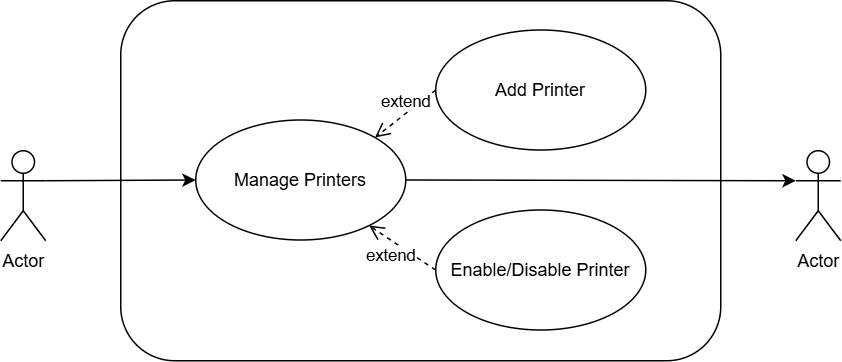
Before: Latex/Images/Usecases/Printer_Management_usecase.png, a diagram exported from draw.io (TitaniumBull224/se-ssps). Source tidied: cells renumbered, new cells last; positions are measured from the earlier drawing's top-left corner, leaving out a move shared by most shapes. Its diagram source:
```xml
<mxGraphModel>
  <root>
    <mxCell id="0" />
    <mxCell id="1" parent="0" />
    <mxCell id="2" style="edgeStyle=none;html=1;exitX=1;exitY=0.3333333333333333;exitDx=0;exitDy=0;exitPerimeter=0;entryX=0;entryY=0.5;entryDx=0;entryDy=0;" parent="1" edge="1" source="3" target="8">
      <mxGeometry relative="1" as="geometry" />
    </mxCell>
    <mxCell id="3" value="Actor" style="shape=umlActor;verticalLabelPosition=bottom;verticalAlign=top;html=1;outlineConnect=0;fillColor=none;" parent="1" vertex="1">
      <mxGeometry y="100" width="30" height="60" as="geometry" />
    </mxCell>
    <mxCell id="4" value="Actor" style="shape=umlActor;verticalLabelPosition=bottom;verticalAlign=top;html=1;outlineConnect=0;fillColor=none;" parent="1" vertex="1">
      <mxGeometry x="530" y="100" width="30" height="60" as="geometry" />
    </mxCell>
    <mxCell id="5" value="Add Printer" style="ellipse;whiteSpace=wrap;html=1;" parent="1" vertex="1">
      <mxGeometry x="290" y="19.5" width="140" height="80" as="geometry" />
    </mxCell>
    <mxCell id="6" value="Enable/Disable Printer" style="ellipse;whiteSpace=wrap;html=1;" parent="1" vertex="1">
      <mxGeometry x="290" y="139.5" width="140" height="80" as="geometry" />
    </mxCell>
    <mxCell id="7" style="edgeStyle=none;html=1;exitX=1;exitY=0.5;exitDx=0;exitDy=0;entryX=0;entryY=0.3333333333333333;entryDx=0;entryDy=0;entryPerimeter=0;" parent="1" edge="1" source="8" target="4">
      <mxGeometry relative="1" as="geometry" />
    </mxCell>
    <mxCell id="8" value="Manage Printers" style="ellipse;whiteSpace=wrap;html=1;" parent="1" vertex="1">
      <mxGeometry x="130" y="79.5" width="140" height="80" as="geometry" />
    </mxCell>
    <mxCell id="9" value="extend" style="html=1;verticalAlign=bottom;endArrow=open;dashed=1;endSize=8;exitX=0;exitY=0.5;exitDx=0;exitDy=0;entryX=1;entryY=0;entryDx=0;entryDy=0;" parent="1" edge="1" source="5" target="8">
      <mxGeometry relative="1" as="geometry" />
    </mxCell>
    <mxCell id="10" value="extend" style="html=1;verticalAlign=bottom;endArrow=open;dashed=1;endSize=8;exitX=0;exitY=0.5;exitDx=0;exitDy=0;" parent="1" edge="1" source="6" target="8">
      <mxGeometry x="-0.07" y="17" relative="1" as="geometry">
        <mxPoint y="-1" as="offset" />
      </mxGeometry>
    </mxCell>
    <mxCell id="11" style="rounded=1;whiteSpace=wrap;html=1;fillColor=none;" parent="1" vertex="1">
      <mxGeometry x="80" width="400" height="240" as="geometry" />
    </mxCell>
  </root>
</mxGraphModel>
```
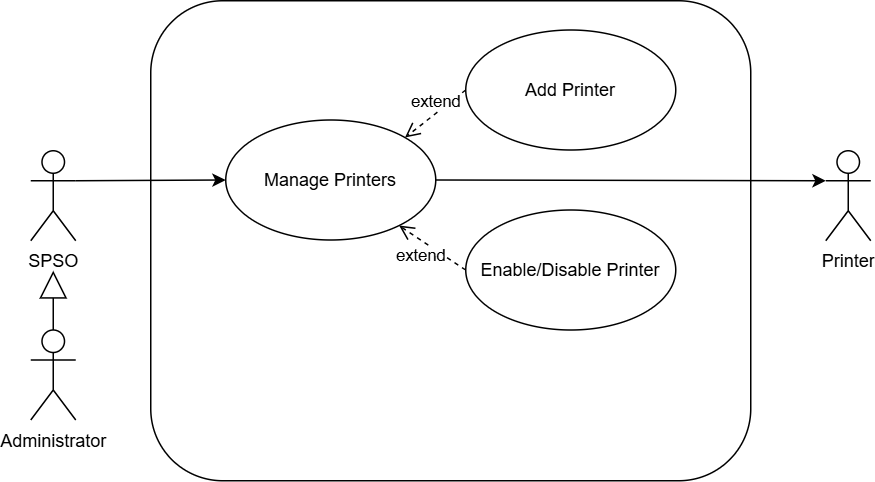
After the commit.

Commit message:
Add Activity Diagram

What changed in the source:
```diff
@@ -5,10 +5,10 @@
     <mxCell id="2" style="edgeStyle=none;html=1;exitX=1;exitY=0.3333333333333333;exitDx=0;exitDy=0;exitPerimeter=0;entryX=0;entryY=0.5;entryDx=0;entryDy=0;" parent="1" edge="1" source="3" target="8">
       <mxGeometry relative="1" as="geometry" />
     </mxCell>
-    <mxCell id="3" value="Actor" style="shape=umlActor;verticalLabelPosition=bottom;verticalAlign=top;html=1;outlineConnect=0;fillColor=none;" parent="1" vertex="1">
+    <mxCell id="3" value="SPSO" style="shape=umlActor;verticalLabelPosition=bottom;verticalAlign=top;html=1;outlineConnect=0;fillColor=default;" parent="1" vertex="1">
       <mxGeometry y="100" width="30" height="60" as="geometry" />
     </mxCell>
-    <mxCell id="4" value="Actor" style="shape=umlActor;verticalLabelPosition=bottom;verticalAlign=top;html=1;outlineConnect=0;fillColor=none;" parent="1" vertex="1">
+    <mxCell id="4" value="Printer" style="shape=umlActor;verticalLabelPosition=bottom;verticalAlign=top;html=1;outlineConnect=0;fillColor=default;" parent="1" vertex="1">
       <mxGeometry x="530" y="100" width="30" height="60" as="geometry" />
     </mxCell>
     <mxCell id="5" value="Add Printer" style="ellipse;whiteSpace=wrap;html=1;" parent="1" vertex="1">
@@ -32,7 +32,15 @@
       </mxGeometry>
     </mxCell>
     <mxCell id="11" style="rounded=1;whiteSpace=wrap;html=1;fillColor=none;" parent="1" vertex="1">
-      <mxGeometry x="80" width="400" height="240" as="geometry" />
+      <mxGeometry x="80" width="400" height="320" as="geometry" />
     </mxCell>
+    <mxCell id="12" style="endArrow=block;endSize=16;endFill=0;html=1;exitX=0.5;exitY=0;exitDx=0;exitDy=0;exitPerimeter=0;" parent="1" edge="1" source="13">
+      <mxGeometry relative="1" as="geometry">
+        <mxPoint x="15" y="180" as="targetPoint" />
+      </mxGeometry>
+    </mxCell>
+    <mxCell id="13" value="Administrator" style="shape=umlActor;verticalLabelPosition=bottom;verticalAlign=top;html=1;" parent="1" vertex="1">
+      <mxGeometry y="219.5" width="30" height="60" as="geometry" />
+    </mxCell>
   </root>
 </mxGraphModel>
```
